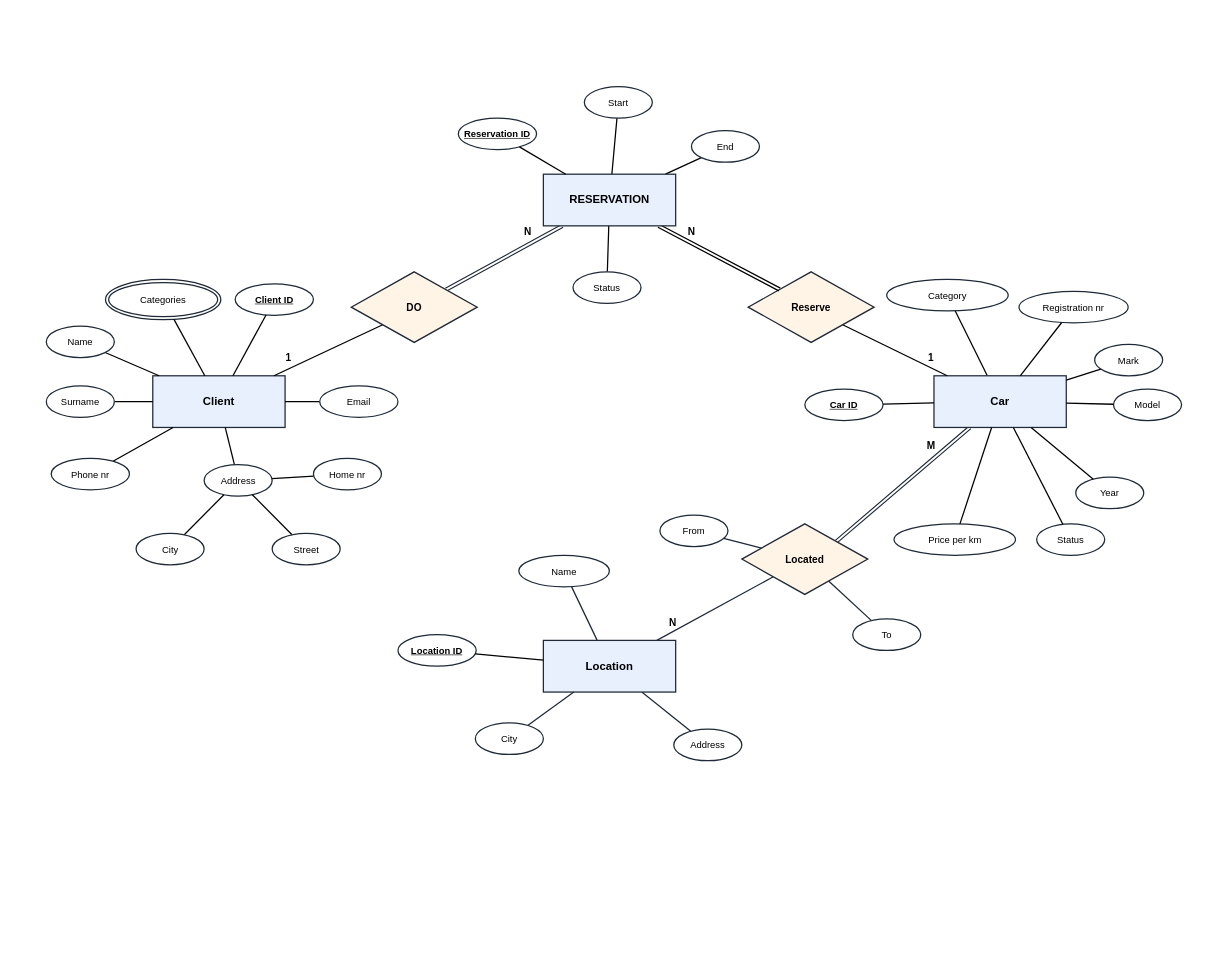
This is 2/docs/er-model.drawio from Makar1y/DBMS, a draw.io file, before an edit. Source tidied: cells renumbered, new cells numbered last; positions are measured from the earlier drawing's top-left corner, leaving out a move shared by most shapes. Both pictures are drawn from the tidied source at 63%, with x=0, y=0 at pixel (11, 11).
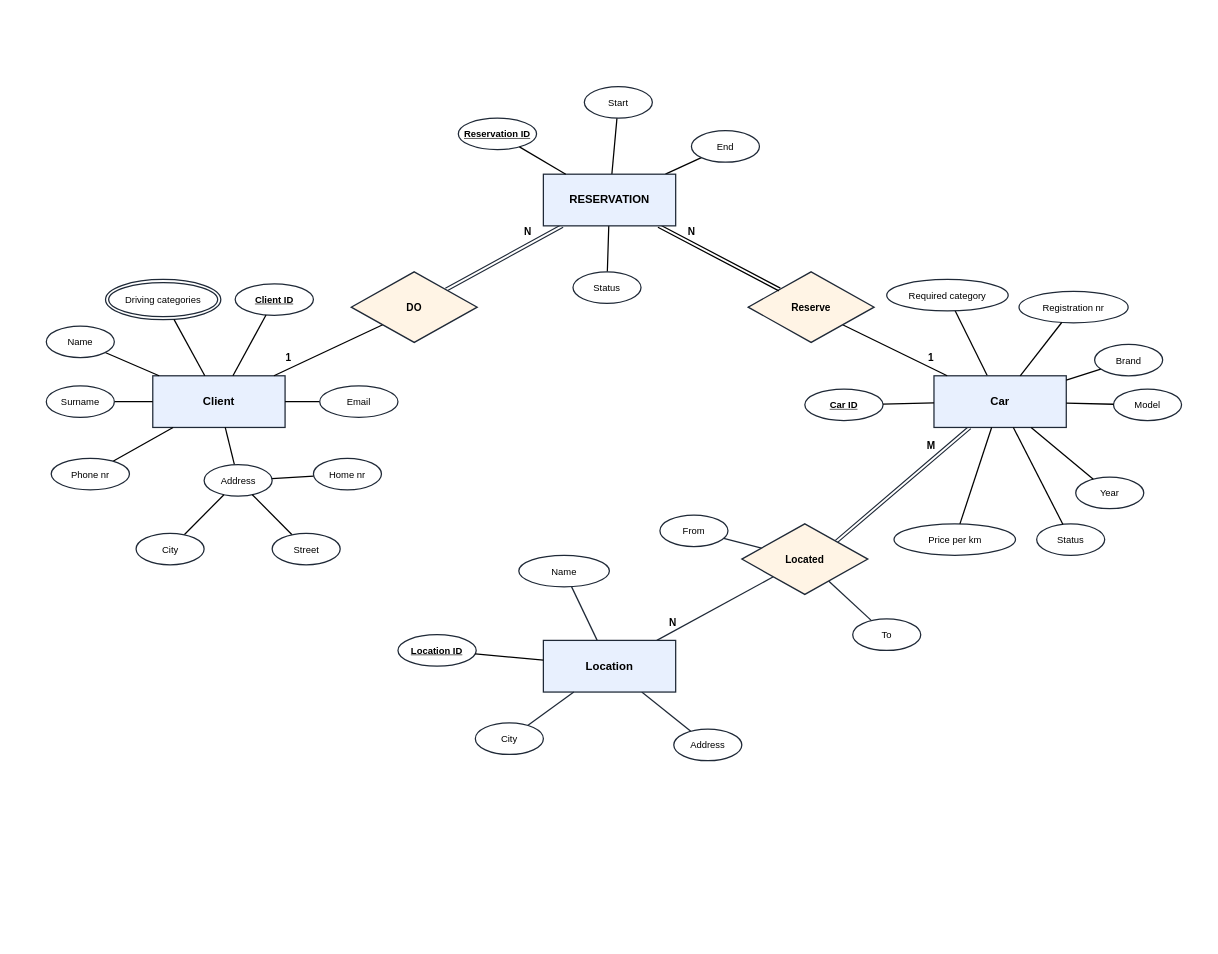
The same page after the edit.

The edit, as a diff of the source:
```diff
@@
-    <mxCell id="40" value="Mark" style="ellipse;whiteSpace=wrap;html=1;fillColor=#ffffff;strokeColor=#1f2937;strokeWidth=2;fontSize=15;align=center;verticalAlign=middle;fontStyle=0;" parent="1" vertex="1">
+    <mxCell id="40" value="Brand" style="ellipse;whiteSpace=wrap;html=1;fillColor=#ffffff;strokeColor=#1f2937;strokeWidth=2;fontSize=15;align=center;verticalAlign=middle;fontStyle=0;" parent="1" vertex="1">
       <mxGeometry x="1720" y="529" width="108" height="50" as="geometry" />
     </mxCell>
@@
-    <mxCell id="62" value="Categories" style="ellipse;shape=doubleEllipse;whiteSpace=wrap;html=1;fillColor=#ffffff;strokeColor=#1f2937;strokeWidth=2;fontSize=15;align=center;verticalAlign=middle;fontStyle=0;" parent="1" vertex="1">
+    <mxCell id="62" value="Driving categories" style="ellipse;shape=doubleEllipse;whiteSpace=wrap;html=1;fillColor=#ffffff;strokeColor=#1f2937;strokeWidth=2;fontSize=15;align=center;verticalAlign=middle;fontStyle=0;" parent="1" vertex="1">
       <mxGeometry x="150" y="426" width="183" height="64" as="geometry" />
     </mxCell>
-    <mxCell id="63" value="&lt;span style=&quot;color: rgb(0, 0, 0);&quot;&gt;Category&lt;/span&gt;" style="ellipse;whiteSpace=wrap;html=1;fillColor=#ffffff;strokeColor=#1f2937;strokeWidth=2;fontSize=15;align=center;verticalAlign=middle;fontStyle=0;" parent="1" vertex="1">
+    <mxCell id="63" value="&lt;span style=&quot;color: rgb(0, 0, 0);&quot;&gt;Required category&lt;/span&gt;" style="ellipse;whiteSpace=wrap;html=1;fillColor=#ffffff;strokeColor=#1f2937;strokeWidth=2;fontSize=15;align=center;verticalAlign=middle;fontStyle=0;" parent="1" vertex="1">
       <mxGeometry x="1390" y="426" width="192.8" height="50" as="geometry" />
     </mxCell>
```
